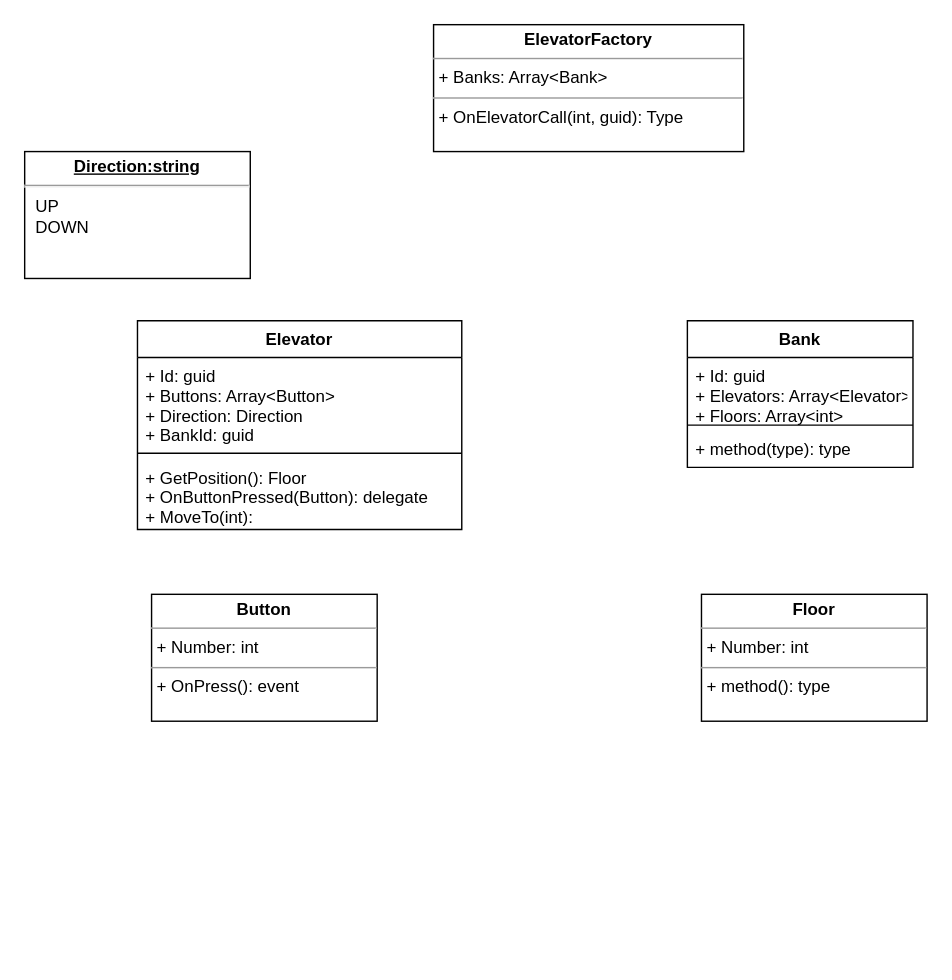
The draw.io diagram diagram.drawio in gezilein/ElevatorChaos, before the edit. Source tidied: cells renumbered, new cells numbered last; positions are measured from the earlier drawing's top-left corner, leaving out a move shared by most shapes. Both pictures are drawn from the tidied source at 141%, with x=0, y=0 at pixel (24, 24).
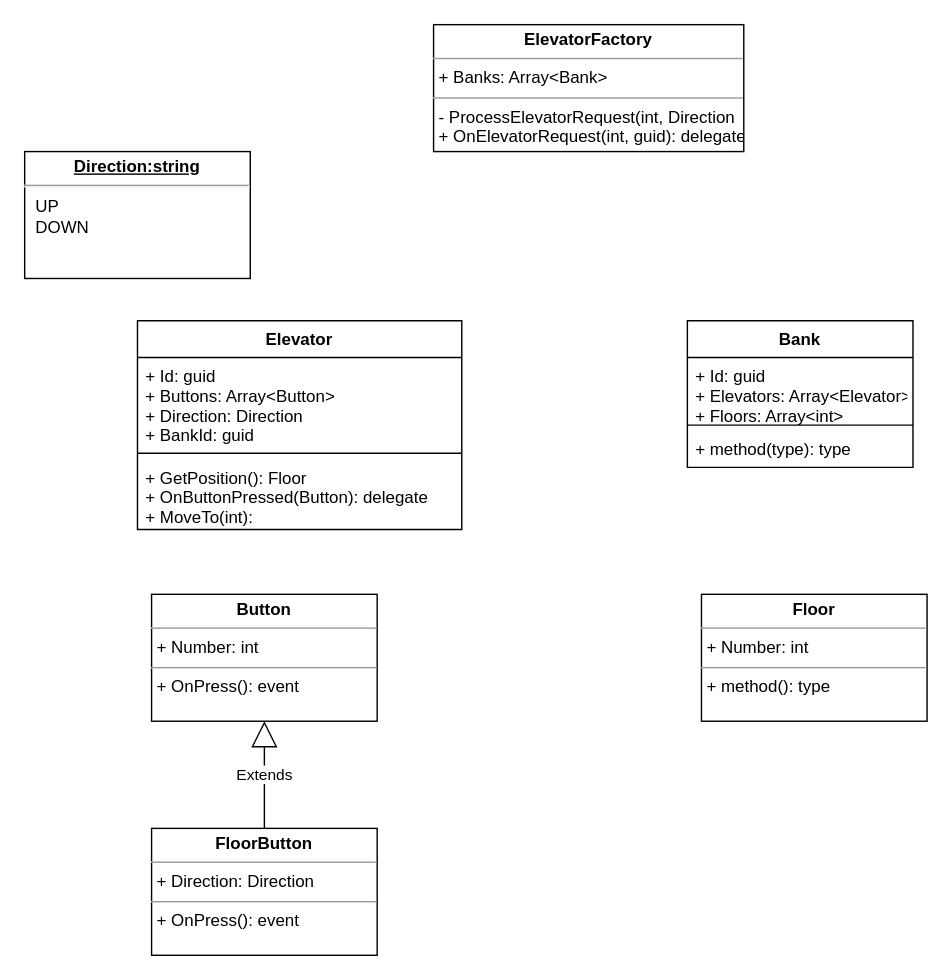
The same page after the edit.

Commit message:
Class diagram draft

The edit, as a diff of the source:
```diff
@@
 <mxGraphModel>
   <root>
     <mxCell id="0" />
     <mxCell id="1" parent="0" />
     <mxCell id="2" value="Elevator" style="swimlane;fontStyle=1;align=center;verticalAlign=top;horizontal=1;startSize=26;" parent="1" vertex="1">
       <mxGeometry x="80" y="210" width="230" height="148" as="geometry" />
     </mxCell>
     <mxCell id="3" value="+ Id: guid&#10;+ Buttons: Array&lt;Button&gt;&#10;+ Direction: Direction&#10;+ BankId: guid" style="text;strokeColor=none;fillColor=none;align=left;verticalAlign=top;spacingLeft=4;spacingRight=4;overflow=hidden;" parent="2" vertex="1">
       <mxGeometry y="26" width="230" height="64" as="geometry" />
     </mxCell>
     <mxCell id="4" style="line;strokeWidth=1;fillColor=none;align=left;verticalAlign=middle;spacingTop=-1;spacingLeft=3;spacingRight=3;labelPosition=right;" parent="2" vertex="1">
       <mxGeometry y="90" width="230" height="8" as="geometry" />
     </mxCell>
     <mxCell id="5" value="+ GetPosition(): Floor&#10;+ OnButtonPressed(Button): delegate&#10;+ MoveTo(int): &#10;&#10;" style="text;strokeColor=none;fillColor=none;align=left;verticalAlign=top;spacingLeft=4;spacingRight=4;overflow=hidden;" parent="2" vertex="1">
       <mxGeometry y="98" width="230" height="50" as="geometry" />
     </mxCell>
     <mxCell id="6" value="Bank" style="swimlane;fontStyle=1;align=center;verticalAlign=top;horizontal=1;startSize=26;" parent="1" vertex="1">
       <mxGeometry x="470" y="210" width="160" height="104" as="geometry" />
     </mxCell>
     <mxCell id="7" value="+ Id: guid&#10;+ Elevators: Array&lt;Elevator&gt;&#10;+ Floors: Array&lt;int&gt;&#10;" style="text;strokeColor=none;fillColor=none;align=left;verticalAlign=top;spacingLeft=4;spacingRight=4;overflow=hidden;" parent="6" vertex="1">
       <mxGeometry y="26" width="160" height="44" as="geometry" />
     </mxCell>
     <mxCell id="8" style="line;strokeWidth=1;fillColor=none;align=left;verticalAlign=middle;spacingTop=-1;spacingLeft=3;spacingRight=3;labelPosition=right;" parent="6" vertex="1">
       <mxGeometry y="70" width="160" height="8" as="geometry" />
     </mxCell>
     <mxCell id="9" value="+ method(type): type" style="text;strokeColor=none;fillColor=none;align=left;verticalAlign=top;spacingLeft=4;spacingRight=4;overflow=hidden;" parent="6" vertex="1">
       <mxGeometry y="78" width="160" height="26" as="geometry" />
     </mxCell>
-    <mxCell id="10" value="&lt;p style=&quot;margin: 0px ; margin-top: 4px ; text-align: center&quot;&gt;&lt;b&gt;ElevatorFactory&lt;/b&gt;&lt;/p&gt;&lt;hr size=&quot;1&quot;&gt;&lt;p style=&quot;margin: 0px ; margin-left: 4px&quot;&gt;+ Banks: Array&amp;lt;Bank&amp;gt;&lt;/p&gt;&lt;hr size=&quot;1&quot;&gt;&lt;p style=&quot;margin: 0px ; margin-left: 4px&quot;&gt;+ OnElevatorCall(int, guid): Type&lt;/p&gt;" style="verticalAlign=top;align=left;overflow=fill;fontSize=12;fontFamily=Helvetica;html=1;" parent="1" vertex="1">
+    <mxCell id="10" value="&lt;p style=&quot;margin: 0px ; margin-top: 4px ; text-align: center&quot;&gt;&lt;b&gt;ElevatorFactory&lt;/b&gt;&lt;/p&gt;&lt;hr size=&quot;1&quot;&gt;&lt;p style=&quot;margin: 0px ; margin-left: 4px&quot;&gt;+ Banks: Array&amp;lt;Bank&amp;gt;&lt;/p&gt;&lt;hr size=&quot;1&quot;&gt;&lt;p style=&quot;margin: 0px ; margin-left: 4px&quot;&gt;- ProcessElevatorRequest(int, Direction&lt;/p&gt;&lt;p style=&quot;margin: 0px ; margin-left: 4px&quot;&gt;+ OnElevatorRequest(int, guid): delegate&lt;/p&gt;" style="verticalAlign=top;align=left;overflow=fill;fontSize=12;fontFamily=Helvetica;html=1;" parent="1" vertex="1">
       <mxGeometry x="290" width="220" height="90" as="geometry" />
     </mxCell>
     <mxCell id="11" value="&lt;p style=&quot;margin: 0px ; margin-top: 4px ; text-align: center&quot;&gt;&lt;b&gt;Button&lt;/b&gt;&lt;/p&gt;&lt;hr size=&quot;1&quot;&gt;&lt;p style=&quot;margin: 0px ; margin-left: 4px&quot;&gt;+ Number: int&lt;/p&gt;&lt;hr size=&quot;1&quot;&gt;&lt;p style=&quot;margin: 0px ; margin-left: 4px&quot;&gt;+ OnPress(): event&lt;/p&gt;" style="verticalAlign=top;align=left;overflow=fill;fontSize=12;fontFamily=Helvetica;html=1;" parent="1" vertex="1">
       <mxGeometry x="90" y="404" width="160" height="90" as="geometry" />
     </mxCell>
     <mxCell id="12" value="&lt;p style=&quot;margin: 0px ; margin-top: 4px ; text-align: center ; text-decoration: underline&quot;&gt;&lt;b&gt;Direction:string&lt;/b&gt;&lt;/p&gt;&lt;hr&gt;&lt;p style=&quot;margin: 0px ; margin-left: 8px&quot;&gt;UP&lt;/p&gt;&lt;p style=&quot;margin: 0px ; margin-left: 8px&quot;&gt;DOWN&lt;/p&gt;" style="verticalAlign=top;align=left;overflow=fill;fontSize=12;fontFamily=Helvetica;html=1;" parent="1" vertex="1">
       <mxGeometry y="90" width="160" height="90" as="geometry" />
     </mxCell>
     <mxCell id="13" value="&lt;p style=&quot;margin: 0px ; margin-top: 4px ; text-align: center&quot;&gt;&lt;b&gt;Floor&lt;/b&gt;&lt;/p&gt;&lt;hr size=&quot;1&quot;&gt;&lt;p style=&quot;margin: 0px ; margin-left: 4px&quot;&gt;+ Number: int&lt;/p&gt;&lt;hr size=&quot;1&quot;&gt;&lt;p style=&quot;margin: 0px ; margin-left: 4px&quot;&gt;+ method(): type&lt;/p&gt;" style="verticalAlign=top;align=left;overflow=fill;fontSize=12;fontFamily=Helvetica;html=1;" parent="1" vertex="1">
       <mxGeometry x="480" y="404" width="160" height="90" as="geometry" />
     </mxCell>
+    <mxCell id="14" value="&lt;p style=&quot;margin: 0px ; margin-top: 4px ; text-align: center&quot;&gt;&lt;b&gt;FloorButton&lt;/b&gt;&lt;/p&gt;&lt;hr size=&quot;1&quot;&gt;&lt;p style=&quot;margin: 0px ; margin-left: 4px&quot;&gt;+ Direction: Direction&lt;/p&gt;&lt;hr size=&quot;1&quot;&gt;&lt;p style=&quot;margin: 0px ; margin-left: 4px&quot;&gt;+ OnPress(): event&lt;/p&gt;" style="verticalAlign=top;align=left;overflow=fill;fontSize=12;fontFamily=Helvetica;html=1;" parent="1" vertex="1">
+      <mxGeometry x="90" y="570" width="160" height="90" as="geometry" />
+    </mxCell>
+    <mxCell id="15" value="Extends" style="endArrow=block;endSize=16;endFill=0;html=1;" parent="1" edge="1" source="14" target="11">
+      <mxGeometry relative="1" as="geometry" />
+    </mxCell>
   </root>
 </mxGraphModel>
```
